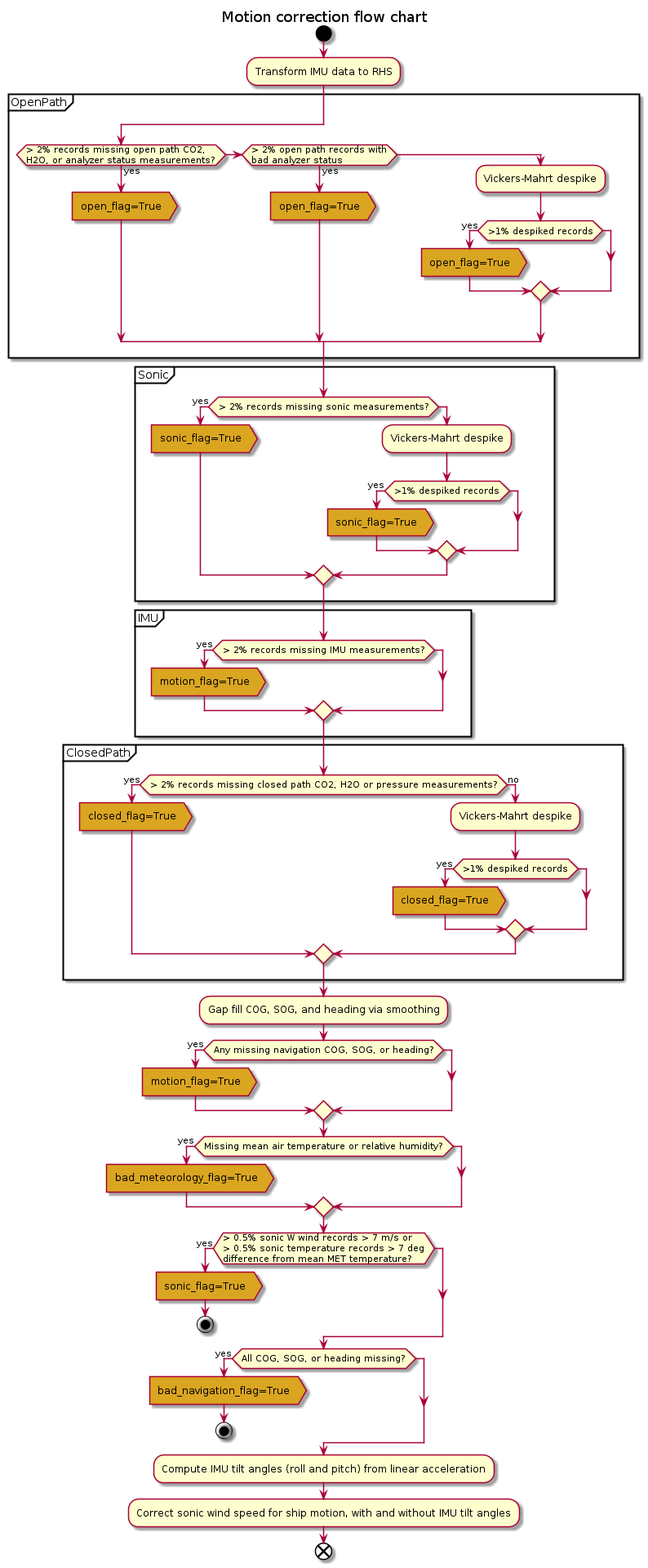
Before: motion_correction_flowchart.png, a diagram exported from PlantUML (UofM-CEOS/flux_capacitor). Its diagram source:
```plantuml
@startuml
start
title Motion correction flow chart
:Transform IMU data to RHS;
partition OpenPath {
if (> 2% records missing open path CO2,
H2O, or analyzer status measurements?) then (yes)
  #GoldenRod:open_flag=True>
elseif (> 2% open path records with
bad analyzer status) then (yes)
  #GoldenRod:open_flag=True>
else
  :Vickers-Mahrt despike;
  if (>1% despiked records) then (yes)
  #GoldenRod:open_flag=True>
  endif
endif
}
partition Sonic {
if (> 2% records missing sonic measurements?) then (yes)
  #GoldenRod:sonic_flag=True>
else
  :Vickers-Mahrt despike;
  if (>1% despiked records) then (yes)
  #GoldenRod:sonic_flag=True>
  endif
endif
}
partition IMU {
if (> 2% records missing IMU measurements?) then (yes)
  #GoldenRod:motion_flag=True>
endif
}
partition ClosedPath {
if (> 2% records missing closed path CO2, H2O or pressure measurements?) then (yes)
  #GoldenRod:closed_flag=True>
else (no)
  :Vickers-Mahrt despike;
  if (>1% despiked records) then (yes)
  #GoldenRod:closed_flag=True>
  endif
endif
}
:Gap fill COG, SOG, and heading via smoothing;
if (Any missing navigation COG, SOG, or heading?) then (yes)
  #GoldenRod:motion_flag=True>
endif
if (Missing mean air temperature or relative humidity?) then (yes)
  #GoldenRod:bad_meteorology_flag=True>
endif
if (> 0.5% sonic W wind records > 7 m/s or
> 0.5% sonic temperature records > 7 deg
difference from mean MET temperature?) then (yes)
  #GoldenRod:sonic_flag=True>
  stop
endif
if (All COG, SOG, or heading missing?) then (yes)
  #GoldenRod:bad_navigation_flag=True>
  stop
endif
:Compute IMU tilt angles (roll and pitch) from linear acceleration;
:Correct sonic wind speed for ship motion, with and without IMU tilt angles;
end
@enduml
```
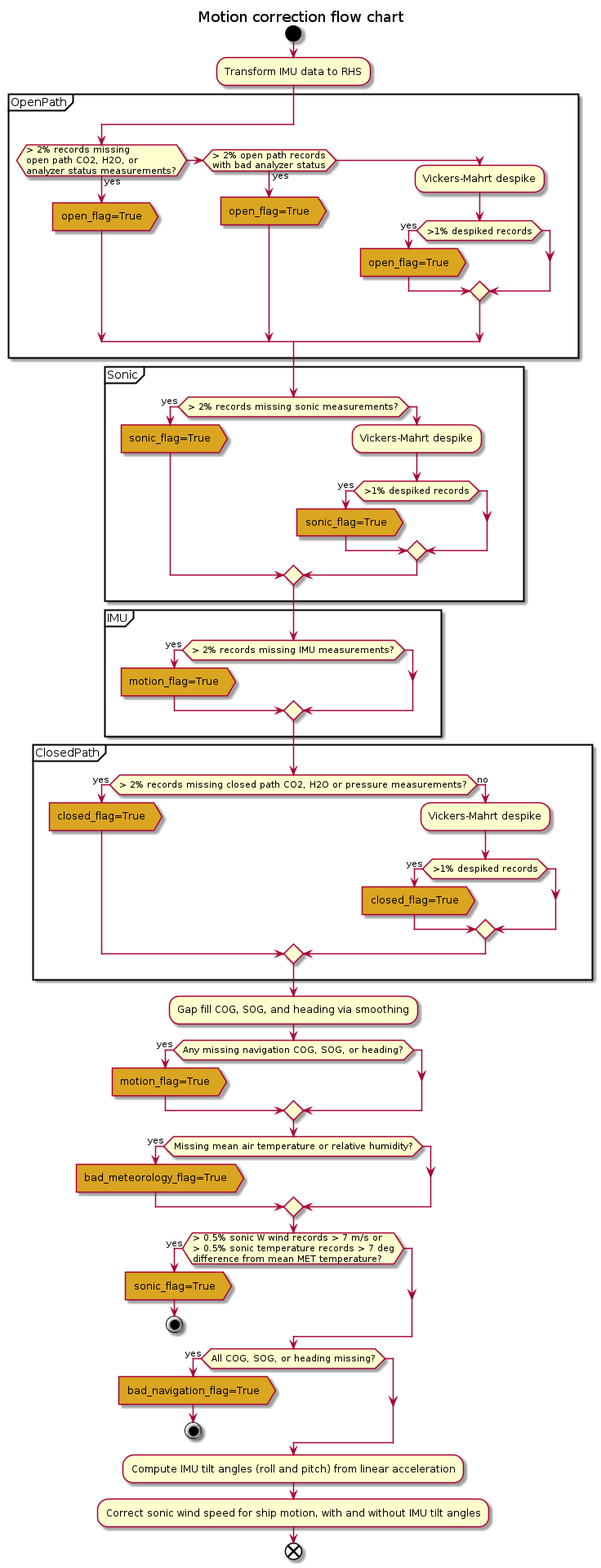
The same diagram one commit later.

Change to the diagram source:
```diff
@@ -3,11 +3,12 @@
 title Motion correction flow chart
 :Transform IMU data to RHS;
 partition OpenPath {
-if (> 2% records missing open path CO2,
-H2O, or analyzer status measurements?) then (yes)
+if (> 2% records missing
+open path CO2, H2O, or
+analyzer status measurements?) then (yes)
   #GoldenRod:open_flag=True>
-elseif (> 2% open path records with
-bad analyzer status) then (yes)
+elseif (> 2% open path records
+with bad analyzer status) then (yes)
   #GoldenRod:open_flag=True>
 else
   :Vickers-Mahrt despike;
```
